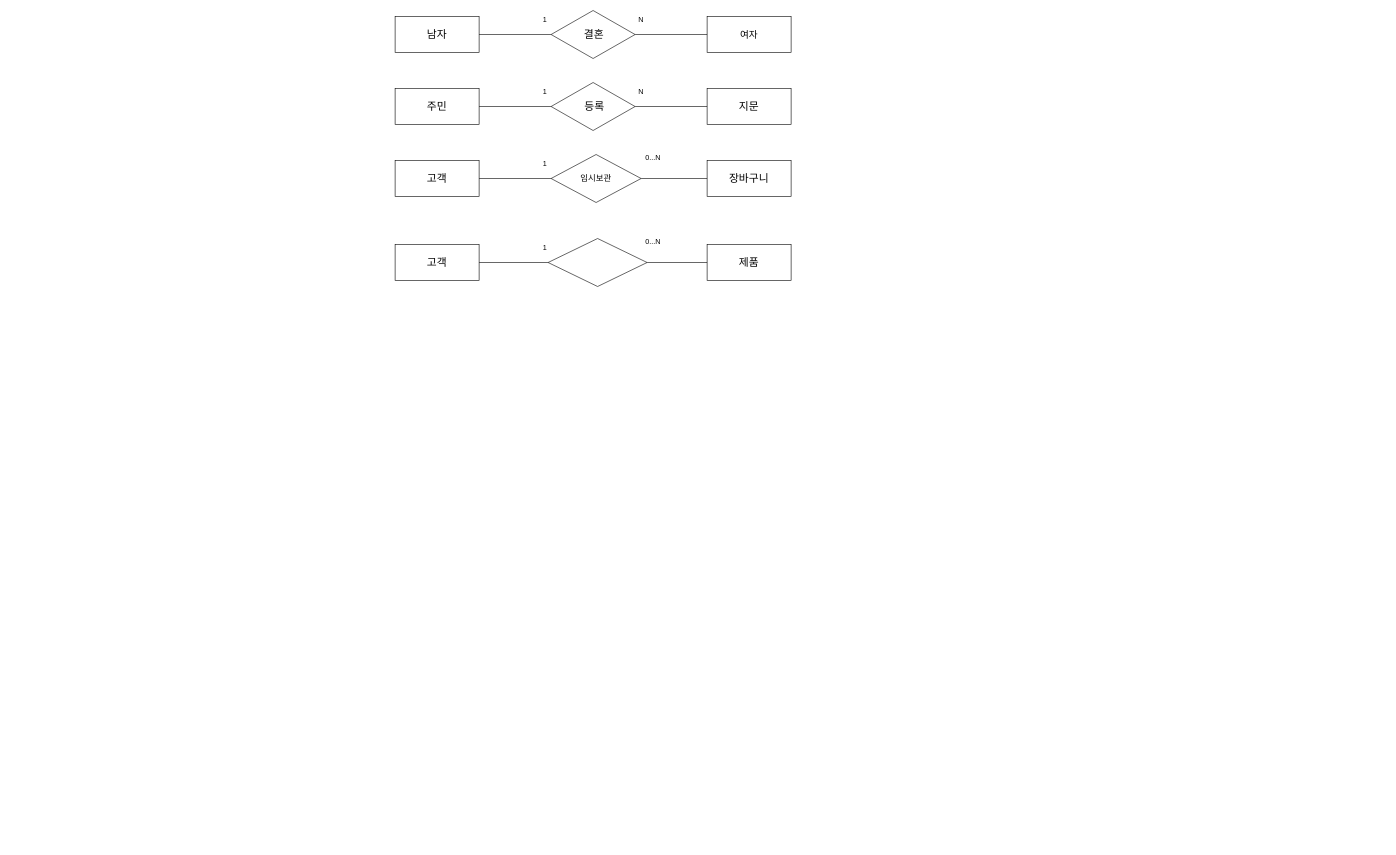
Above: 제목 없는 다이어그램.drawio in cs48249762dkdkl-ops/- (draw.io), before the change. Source tidied: cells renumbered, new cells numbered last; positions are measured from the earlier drawing's top-left corner, leaving out a move shared by most shapes. Both pictures are drawn from the tidied source at 60%, with x=0, y=0 at pixel (395, 10).
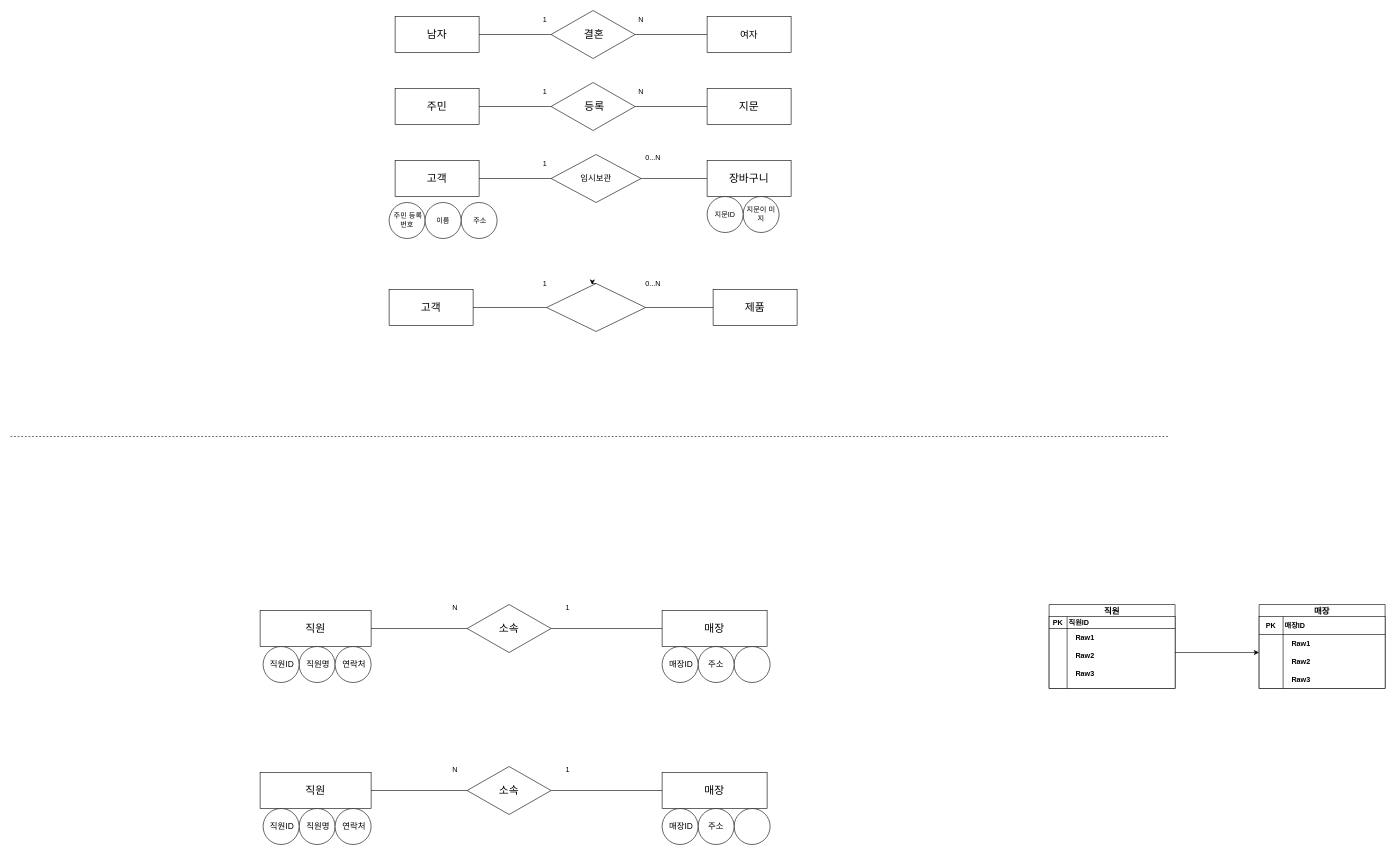
Above is the later version.

Commit message:
제목 없는 다이어그램.drawio 업데이트

What changed in the source:
```diff
@@
     <mxCell id="20" value="&lt;span style=&quot;font-size: 18px;&quot;&gt;제품&lt;/span&gt;" style="rounded=0;whiteSpace=wrap;html=1;" parent="1" vertex="1">
-      <mxGeometry x="520" y="390" width="140" height="60" as="geometry" />
+      <mxGeometry x="530" y="465" width="140" height="60" as="geometry" />
     </mxCell>
     <mxCell id="21" value="&lt;font style=&quot;font-size: 18px;&quot;&gt;고객&lt;/font&gt;" style="rounded=0;whiteSpace=wrap;html=1;" parent="1" vertex="1">
-      <mxGeometry y="390" width="140" height="60" as="geometry" />
+      <mxGeometry x="-10" y="465" width="140" height="60" as="geometry" />
     </mxCell>
     <mxCell id="22" value="&lt;div&gt;&lt;br/&gt;&lt;/div&gt;" style="rhombus;whiteSpace=wrap;html=1;shapeInside=1;" parent="1" vertex="1">
-      <mxGeometry x="255" y="380" width="165" height="80" as="geometry" />
+      <mxGeometry x="252.5" y="455" width="165" height="80" as="geometry" />
     </mxCell>
@@
     <mxCell id="28" value="1" style="text;html=1;whiteSpace=wrap;strokeColor=none;fillColor=none;align=center;verticalAlign=middle;rounded=0;" parent="1" vertex="1">
-      <mxGeometry x="220" y="380" width="60" height="30" as="geometry" />
+      <mxGeometry x="220" y="440" width="60" height="30" as="geometry" />
     </mxCell>
@@
     <mxCell id="30" value="0...N" style="text;html=1;whiteSpace=wrap;strokeColor=none;fillColor=none;align=center;verticalAlign=middle;rounded=0;" parent="1" vertex="1">
-      <mxGeometry x="400" y="370" width="60" height="30" as="geometry" />
+      <mxGeometry x="400" y="440" width="60" height="30" as="geometry" />
     </mxCell>
+    <mxCell id="31" value="지문이 미지" style="ellipse;whiteSpace=wrap;html=1;shapeInside=1;" parent="1" vertex="1">
+      <mxGeometry x="580" y="310" width="60" height="60" as="geometry" />
+    </mxCell>
+    <mxCell id="32" value="&amp;nbsp;주소" style="ellipse;whiteSpace=wrap;html=1;shapeInside=1;" parent="1" vertex="1">
+      <mxGeometry x="110" y="320" width="60" height="60" as="geometry" />
+    </mxCell>
+    <mxCell id="33" value="&amp;nbsp;주민 등록 번호" style="ellipse;whiteSpace=wrap;html=1;shapeInside=1;" parent="1" vertex="1">
+      <mxGeometry x="-10" y="320" width="60" height="60" as="geometry" />
+    </mxCell>
+    <mxCell id="34" value="이름" style="ellipse;whiteSpace=wrap;html=1;shapeInside=1;" parent="1" vertex="1">
+      <mxGeometry x="50" y="320" width="60" height="60" as="geometry" />
+    </mxCell>
+    <mxCell id="35" value="지문ID" style="ellipse;whiteSpace=wrap;html=1;shapeInside=1;" parent="1" vertex="1">
+      <mxGeometry x="520" y="310" width="60" height="60" as="geometry" />
+    </mxCell>
+    <mxCell id="36" style="edgeStyle=orthogonalEdgeStyle;rounded=0;orthogonalLoop=1;jettySize=auto;html=1;innerLoopWaypoints=1;exitX=0.5;exitY=0;exitDx=0;exitDy=0;entryX=0.461;entryY=0.025;entryDx=0;entryDy=0;entryPerimeter=0;defaultLabelBackgroundColor=page;" parent="1" edge="1" source="22" target="22">
+      <mxGeometry relative="1" as="geometry" />
+    </mxCell>
+    <mxCell id="37" style="endArrow=none;dashed=1;html=1;rounded=0;defaultLabelBackgroundColor=page;" parent="1" edge="1">
+      <mxGeometry relative="1" as="geometry">
+        <mxPoint x="-641" y="710" as="sourcePoint" />
+        <mxPoint x="1290" y="710" as="targetPoint" />
+      </mxGeometry>
+    </mxCell>
+    <mxCell id="38" value="&lt;font style=&quot;font-size: 18px;&quot;&gt;직원&lt;/font&gt;" style="rounded=0;whiteSpace=wrap;html=1;" parent="1" vertex="1">
+      <mxGeometry x="-225" y="1000" width="185" height="60" as="geometry" />
+    </mxCell>
+    <mxCell id="39" value="&lt;font style=&quot;font-size: 18px;&quot;&gt;매장&lt;/font&gt;" style="rounded=0;whiteSpace=wrap;html=1;" parent="1" vertex="1">
+      <mxGeometry x="445" y="1000" width="175" height="60" as="geometry" />
+    </mxCell>
+    <mxCell id="40" value="&lt;font style=&quot;font-size: 18px;&quot;&gt;소속&lt;/font&gt;" style="rhombus;whiteSpace=wrap;html=1;shapeInside=1;" parent="1" vertex="1">
+      <mxGeometry x="120" y="990" width="140" height="80" as="geometry" />
+    </mxCell>
+    <mxCell id="41" style="ellipse;whiteSpace=wrap;html=1;shapeInside=1;" parent="1" vertex="1">
+      <mxGeometry x="565" y="1060" width="60" height="60" as="geometry" />
+    </mxCell>
+    <mxCell id="42" value="&lt;font style=&quot;font-size: 14px;&quot;&gt;주소&lt;/font&gt;" style="ellipse;whiteSpace=wrap;html=1;shapeInside=1;" parent="1" vertex="1">
+      <mxGeometry x="505" y="1060" width="60" height="60" as="geometry" />
+    </mxCell>
+    <mxCell id="43" value="&lt;font style=&quot;font-size: 14px;&quot;&gt;&amp;nbsp;직원명&lt;/font&gt;" style="ellipse;whiteSpace=wrap;html=1;shapeInside=1;" parent="1" vertex="1">
+      <mxGeometry x="-160" y="1060" width="60" height="60" as="geometry" />
+    </mxCell>
+    <mxCell id="44" value="&lt;font style=&quot;font-size: 14px;&quot;&gt;&amp;nbsp;연락처&lt;/font&gt;" style="ellipse;whiteSpace=wrap;html=1;shapeInside=1;" parent="1" vertex="1">
+      <mxGeometry x="-100" y="1060" width="60" height="60" as="geometry" />
+    </mxCell>
+    <mxCell id="45" value="&lt;font style=&quot;font-size: 14px;&quot;&gt;&amp;nbsp;매장ID&lt;/font&gt;" style="ellipse;whiteSpace=wrap;html=1;shapeInside=1;" parent="1" vertex="1">
+      <mxGeometry x="445" y="1060" width="60" height="60" as="geometry" />
+    </mxCell>
+    <mxCell id="46" value="&amp;nbsp;&lt;font style=&quot;font-size: 14px;&quot;&gt;직원ID&lt;/font&gt;" style="ellipse;whiteSpace=wrap;html=1;shapeInside=1;" parent="1" vertex="1">
+      <mxGeometry x="-220" y="1060" width="60" height="60" as="geometry" />
+    </mxCell>
+    <mxCell id="47" style="endArrow=none;html=1;rounded=0;defaultLabelBackgroundColor=page;entryX=0;entryY=0.5;entryDx=0;entryDy=0;exitX=1;exitY=0.5;exitDx=0;exitDy=0;" parent="1" edge="1" source="40" target="39">
+      <mxGeometry x="-0.3" relative="1" as="geometry" />
+    </mxCell>
+    <mxCell id="48" style="endArrow=none;html=1;rounded=0;defaultLabelBackgroundColor=page;entryX=1;entryY=0.5;entryDx=0;entryDy=0;exitX=0;exitY=0.5;exitDx=0;exitDy=0;" parent="1" edge="1" source="40" target="38">
+      <mxGeometry x="0.12" relative="1" as="geometry">
+        <Array as="points">
+          <mxPoint x="40" y="1030" />
+        </Array>
+      </mxGeometry>
+    </mxCell>
+    <mxCell id="49" value="N" style="text;html=1;whiteSpace=wrap;strokeColor=none;fillColor=none;align=center;verticalAlign=middle;rounded=0;" parent="1" vertex="1">
+      <mxGeometry x="70" y="980" width="60" height="30" as="geometry" />
+    </mxCell>
+    <mxCell id="50" value="1" style="text;html=1;whiteSpace=wrap;strokeColor=none;fillColor=none;align=center;verticalAlign=middle;rounded=0;" parent="1" vertex="1">
+      <mxGeometry x="258" y="980" width="60" height="30" as="geometry" />
+    </mxCell>
+    <mxCell id="51" value="&lt;font style=&quot;font-size: 18px;&quot;&gt;직원&lt;/font&gt;" style="rounded=0;whiteSpace=wrap;html=1;" parent="1" vertex="1">
+      <mxGeometry x="-225" y="1270" width="185" height="60" as="geometry" />
+    </mxCell>
+    <mxCell id="52" value="&lt;font style=&quot;font-size: 18px;&quot;&gt;매장&lt;/font&gt;" style="rounded=0;whiteSpace=wrap;html=1;" parent="1" vertex="1">
+      <mxGeometry x="445" y="1270" width="175" height="60" as="geometry" />
+    </mxCell>
+    <mxCell id="53" value="&lt;font style=&quot;font-size: 18px;&quot;&gt;소속&lt;/font&gt;" style="rhombus;whiteSpace=wrap;html=1;shapeInside=1;" parent="1" vertex="1">
+      <mxGeometry x="120" y="1260" width="140" height="80" as="geometry" />
+    </mxCell>
+    <mxCell id="54" style="ellipse;whiteSpace=wrap;html=1;shapeInside=1;" parent="1" vertex="1">
+      <mxGeometry x="565" y="1330" width="60" height="60" as="geometry" />
+    </mxCell>
+    <mxCell id="55" value="&lt;font style=&quot;font-size: 14px;&quot;&gt;주소&lt;/font&gt;" style="ellipse;whiteSpace=wrap;html=1;shapeInside=1;" parent="1" vertex="1">
+      <mxGeometry x="505" y="1330" width="60" height="60" as="geometry" />
+    </mxCell>
+    <mxCell id="56" value="&lt;font style=&quot;font-size: 14px;&quot;&gt;&amp;nbsp;직원명&lt;/font&gt;" style="ellipse;whiteSpace=wrap;html=1;shapeInside=1;" parent="1" vertex="1">
+      <mxGeometry x="-160" y="1330" width="60" height="60" as="geometry" />
+    </mxCell>
+    <mxCell id="57" value="&lt;font style=&quot;font-size: 14px;&quot;&gt;&amp;nbsp;연락처&lt;/font&gt;" style="ellipse;whiteSpace=wrap;html=1;shapeInside=1;" parent="1" vertex="1">
+      <mxGeometry x="-100" y="1330" width="60" height="60" as="geometry" />
+    </mxCell>
+    <mxCell id="58" value="&lt;font style=&quot;font-size: 14px;&quot;&gt;&amp;nbsp;매장ID&lt;/font&gt;" style="ellipse;whiteSpace=wrap;html=1;shapeInside=1;" parent="1" vertex="1">
+      <mxGeometry x="445" y="1330" width="60" height="60" as="geometry" />
+    </mxCell>
+    <mxCell id="59" value="&amp;nbsp;&lt;font style=&quot;font-size: 14px;&quot;&gt;직원ID&lt;/font&gt;" style="ellipse;whiteSpace=wrap;html=1;shapeInside=1;" parent="1" vertex="1">
+      <mxGeometry x="-220" y="1330" width="60" height="60" as="geometry" />
+    </mxCell>
+    <mxCell id="60" style="endArrow=none;html=1;rounded=0;defaultLabelBackgroundColor=page;entryX=0;entryY=0.5;entryDx=0;entryDy=0;exitX=1;exitY=0.5;exitDx=0;exitDy=0;" parent="1" edge="1" source="53" target="52">
+      <mxGeometry x="-0.3" relative="1" as="geometry" />
+    </mxCell>
+    <mxCell id="61" style="endArrow=none;html=1;rounded=0;defaultLabelBackgroundColor=page;entryX=1;entryY=0.5;entryDx=0;entryDy=0;exitX=0;exitY=0.5;exitDx=0;exitDy=0;" parent="1" edge="1" source="53" target="51">
+      <mxGeometry x="0.12" relative="1" as="geometry">
+        <Array as="points">
+          <mxPoint x="40" y="1300" />
+        </Array>
+      </mxGeometry>
+    </mxCell>
+    <mxCell id="62" value="N" style="text;html=1;whiteSpace=wrap;strokeColor=none;fillColor=none;align=center;verticalAlign=middle;rounded=0;" parent="1" vertex="1">
+      <mxGeometry x="70" y="1250" width="60" height="30" as="geometry" />
+    </mxCell>
+    <mxCell id="63" value="1" style="text;html=1;whiteSpace=wrap;strokeColor=none;fillColor=none;align=center;verticalAlign=middle;rounded=0;" parent="1" vertex="1">
+      <mxGeometry x="258" y="1250" width="60" height="30" as="geometry" />
+    </mxCell>
+    <mxCell id="64" value="&lt;font style=&quot;font-size: 14px;&quot;&gt;직원&lt;/font&gt;" style="swimlane;whiteSpace=wrap;html=1;" parent="1" vertex="1">
+      <mxGeometry x="1090" y="990" width="210" height="140" as="geometry" />
+    </mxCell>
+    <mxCell id="65" value="&amp;nbsp; &amp;nbsp; &amp;nbsp; &amp;nbsp; &amp;nbsp; &amp;nbsp; &amp;nbsp; &amp;nbsp; &amp;nbsp; &amp;nbsp; &amp;nbsp; &amp;nbsp; &amp;nbsp; &amp;nbsp; &amp;nbsp; &amp;nbsp; &amp;nbsp; &amp;nbsp; &amp;nbsp; &amp;nbsp; &amp;nbsp; &amp;nbsp; &amp;nbsp; &amp;nbsp; &amp;nbsp; &amp;nbsp; &amp;nbsp; &amp;nbsp; &amp;nbsp; &amp;nbsp; &amp;nbsp; &amp;nbsp; &amp;nbsp; &amp;nbsp; &amp;nbsp; &amp;nbsp; &amp;nbsp; &amp;nbsp; &amp;nbsp; &amp;nbsp; &amp;nbsp; &amp;nbsp; &amp;nbsp; &amp;nbsp; &amp;nbsp; &amp;nbsp; &amp;nbsp; &amp;nbsp; &amp;nbsp; &amp;nbsp; &amp;nbsp; &amp;nbsp; &amp;nbsp; &amp;nbsp; &amp;nbsp; &amp;nbsp; &amp;nbsp; &amp;nbsp; &amp;nbsp; &amp;nbsp; &amp;nbsp; &amp;nbsp; &amp;nbsp; &amp;nbsp; &amp;nbsp; &amp;nbsp; &amp;nbsp; &amp;nbsp; &amp;nbsp; &amp;nbsp; &amp;nbsp; &amp;nbsp; &amp;nbsp; &amp;nbsp; &amp;nbsp; &amp;nbsp; &amp;nbsp; &amp;nbsp; &amp;nbsp; &amp;nbsp; &amp;nbsp; &amp;nbsp; &amp;nbsp; &amp;nbsp; &amp;nbsp; &amp;nbsp; &amp;nbsp; &amp;nbsp; &amp;nbsp; &amp;nbsp; &amp;nbsp; &amp;nbsp; &amp;nbsp; &amp;nbsp; &amp;nbsp; &amp;nbsp; &amp;nbsp; &amp;nbsp; &amp;nbsp; &amp;nbsp; &amp;nbsp; &amp;nbsp; &amp;nbsp; &amp;nbsp; &amp;nbsp; &amp;nbsp; &amp;nbsp;&amp;nbsp;&lt;div&gt;&lt;div&gt;&lt;span style=&quot;background-color: transparent; color: light-dark(#000000, var(--ge-light-color, #ffffff));&quot;&gt;&amp;nbsp; &amp;nbsp; &amp;nbsp; &amp;nbsp; &amp;nbsp;&amp;nbsp;&lt;/span&gt;&lt;div&gt;&amp;nbsp; &amp;nbsp; &amp;nbsp; &amp;nbsp; &amp;nbsp; &amp;nbsp; &amp;nbsp; &amp;nbsp; &amp;nbsp; &amp;nbsp; &amp;nbsp; &amp;nbsp; &amp;nbsp; &amp;nbsp; &amp;nbsp; &amp;nbsp; &amp;nbsp; &amp;nbsp; &amp;nbsp; &amp;nbsp; &amp;nbsp; &amp;nbsp; &amp;nbsp; &amp;nbsp; &amp;nbsp; &amp;nbsp; &amp;nbsp; &amp;nbsp; &amp;nbsp; &amp;nbsp; &amp;nbsp; &amp;nbsp; &amp;nbsp; &amp;nbsp; &amp;nbsp; &amp;nbsp; &amp;nbsp; &amp;nbsp; &amp;nbsp; &amp;nbsp; &amp;nbsp; &amp;nbsp; &amp;nbsp; &amp;nbsp; &amp;nbsp; &amp;nbsp; &amp;nbsp; &amp;nbsp; &amp;nbsp; &amp;nbsp; &amp;nbsp; &amp;nbsp; &amp;nbsp; &amp;nbsp; &amp;nbsp; &amp;nbsp; &amp;nbsp; &amp;nbsp; &amp;nbsp; &amp;nbsp; &amp;nbsp; &amp;nbsp; &amp;nbsp; &amp;nbsp; &amp;nbsp; &amp;nbsp; &amp;nbsp; &amp;nbsp; &amp;nbsp; &amp;nbsp; &amp;nbsp; &amp;nbsp; &amp;nbsp; &amp;nbsp; &amp;nbsp; &amp;nbsp; &amp;nbsp; &amp;nbsp; &amp;nbsp; &amp;nbsp; &amp;nbsp; &amp;nbsp; &amp;nbsp; &amp;nbsp; &amp;nbsp; &amp;nbsp; &amp;nbsp; &amp;nbsp; &amp;nbsp; &amp;nbsp; &amp;nbsp; &amp;nbsp; &amp;nbsp; &amp;nbsp; &amp;nbsp; &amp;nbsp; &amp;nbsp; &amp;nbsp; &amp;nbsp; &amp;nbsp; &amp;nbsp; &amp;nbsp; &amp;nbsp; &amp;nbsp;&lt;div&gt;&lt;br&gt;&lt;/div&gt;&lt;div&gt;&lt;br&gt;&lt;/div&gt;&lt;div&gt;&lt;br&gt;&lt;/div&gt;&lt;div&gt;&lt;br&gt;&lt;/div&gt;&lt;div&gt;&lt;br&gt;&lt;/div&gt;&lt;div&gt;&lt;br&gt;&lt;/div&gt;&lt;div&gt;&lt;br&gt;&lt;/div&gt;&lt;div&gt;&lt;br&gt;&lt;/div&gt;&lt;div&gt;&lt;br&gt;&lt;/div&gt;&lt;div&gt;&lt;br&gt;&lt;/div&gt;&lt;div&gt;&lt;br&gt;&lt;/div&gt;&lt;div&gt;&lt;br&gt;&lt;/div&gt;&lt;div&gt;&lt;br&gt;&lt;/div&gt;&lt;/div&gt;&lt;/div&gt;&lt;/div&gt;" style="shape=internalStorage;whiteSpace=wrap;html=1;backgroundOutline=1;dx=30;dy=20;points=[[0,0,1,0,0],[0.25,0,1,0,0],[0.5,0,1,0,0],[0.75,0,1,0,0],[1,0,1,0,0],[0,0.25,1,0,0],[0,0.5,1,0,0],[0,0.75,1,0,0],[1,0.25,1,0,0],[1,0.5,1,0,0],[1,0.75,1,0,0],[0,1,1,0,0],[0.25,1,1,0,0],[0.5,1,1,0,0],[0.75,1,1,0,0],[1,1,1,0,0],[0.9,0.42328,0,0,0]];" parent="64" vertex="1">
+      <mxGeometry y="20" width="210" height="120" as="geometry" />
+    </mxCell>
+    <mxCell id="66" value="PK" style="text;html=1;whiteSpace=wrap;strokeColor=none;fillColor=none;align=center;verticalAlign=middle;rounded=0;fontFamily=Helvetica;fontSize=12;fontColor=default;fontStyle=1;" parent="64" vertex="1">
+      <mxGeometry y="20" width="30" height="20" as="geometry" />
+    </mxCell>
+    <mxCell id="67" value="직원ID" style="text;html=1;whiteSpace=wrap;strokeColor=none;fillColor=none;align=center;verticalAlign=middle;rounded=0;fontFamily=Helvetica;fontSize=12;fontColor=default;fontStyle=1;" parent="64" vertex="1">
+      <mxGeometry x="20" y="15" width="60" height="30" as="geometry" />
+    </mxCell>
+    <mxCell id="68" value="Raw1" style="text;html=1;whiteSpace=wrap;strokeColor=none;fillColor=none;align=center;verticalAlign=middle;rounded=0;fontFamily=Helvetica;fontSize=12;fontColor=default;fontStyle=1;" parent="64" vertex="1">
+      <mxGeometry x="30" y="40" width="60" height="30" as="geometry" />
+    </mxCell>
+    <mxCell id="69" value="Raw2" style="text;html=1;whiteSpace=wrap;strokeColor=none;fillColor=none;align=center;verticalAlign=middle;rounded=0;fontFamily=Helvetica;fontSize=12;fontColor=default;fontStyle=1;" parent="64" vertex="1">
+      <mxGeometry x="30" y="70" width="60" height="30" as="geometry" />
+    </mxCell>
+    <mxCell id="70" value="Raw3" style="text;html=1;whiteSpace=wrap;strokeColor=none;fillColor=none;align=center;verticalAlign=middle;rounded=0;fontFamily=Helvetica;fontSize=12;fontColor=default;fontStyle=1;" parent="64" vertex="1">
+      <mxGeometry x="30" y="100" width="60" height="30" as="geometry" />
+    </mxCell>
+    <mxCell id="71" value="&lt;span style=&quot;font-size: 14px;&quot;&gt;매장&lt;/span&gt;" style="swimlane;whiteSpace=wrap;html=1;startSize=23;" parent="1" vertex="1">
+      <mxGeometry x="1440" y="990" width="210" height="140" as="geometry" />
+    </mxCell>
+    <mxCell id="72" value="&lt;div&gt;&lt;div&gt;&lt;div&gt;&lt;div&gt;&lt;br&gt;&lt;/div&gt;&lt;div&gt;&lt;br&gt;&lt;/div&gt;&lt;/div&gt;&lt;/div&gt;&lt;/div&gt;" style="shape=internalStorage;whiteSpace=wrap;html=1;backgroundOutline=1;dx=40;dy=30;points=[[0,0,1,0,0],[0.25,0,1,0,0],[0.5,0,1,0,0],[0.75,0,1,0,0],[1,0,1,0,0],[0,0.25,1,0,0],[0,0.5,1,0,0],[0,0.75,1,0,0],[1,0.25,1,0,0],[1,0.5,1,0,0],[1,0.75,1,0,0],[0,1,1,0,0],[0.25,1,1,0,0],[0.5,1,1,0,0],[0.75,1,1,0,0],[1,1,1,0,0],[0.9,0.42328,0,0,0]];" parent="71" vertex="1">
+      <mxGeometry y="20" width="210" height="120" as="geometry" />
+    </mxCell>
+    <mxCell id="73" value="PK" style="text;html=1;whiteSpace=wrap;strokeColor=none;fillColor=none;align=center;verticalAlign=middle;rounded=0;fontFamily=Helvetica;fontSize=12;fontColor=default;fontStyle=1;" parent="71" vertex="1">
+      <mxGeometry x="-10" y="20" width="60" height="30" as="geometry" />
+    </mxCell>
+    <mxCell id="74" value="매장ID" style="text;html=1;whiteSpace=wrap;strokeColor=none;fillColor=none;align=center;verticalAlign=middle;rounded=0;fontFamily=Helvetica;fontSize=12;fontColor=default;fontStyle=1;" parent="71" vertex="1">
+      <mxGeometry x="30" y="20" width="60" height="30" as="geometry" />
+    </mxCell>
+    <mxCell id="75" value="Raw1" style="text;html=1;whiteSpace=wrap;strokeColor=none;fillColor=none;align=center;verticalAlign=middle;rounded=0;fontFamily=Helvetica;fontSize=12;fontColor=default;fontStyle=1;" parent="71" vertex="1">
+      <mxGeometry x="40" y="50" width="60" height="30" as="geometry" />
+    </mxCell>
+    <mxCell id="76" value="Raw2" style="text;html=1;whiteSpace=wrap;strokeColor=none;fillColor=none;align=center;verticalAlign=middle;rounded=0;fontFamily=Helvetica;fontSize=12;fontColor=default;fontStyle=1;" parent="71" vertex="1">
+      <mxGeometry x="40" y="80" width="60" height="30" as="geometry" />
+    </mxCell>
+    <mxCell id="77" value="Raw3" style="text;html=1;whiteSpace=wrap;strokeColor=none;fillColor=none;align=center;verticalAlign=middle;rounded=0;fontFamily=Helvetica;fontSize=12;fontColor=default;fontStyle=1;" parent="71" vertex="1">
+      <mxGeometry x="40" y="110" width="60" height="30" as="geometry" />
+    </mxCell>
+    <mxCell id="78" style="endArrow=classic;html=1;rounded=0;defaultLabelBackgroundColor=page;exitX=1;exitY=0.5;exitDx=0;exitDy=0;" parent="1" edge="1" source="65" target="72">
+      <mxGeometry x="-0.06" relative="1" as="geometry">
+        <Array as="points">
+          <mxPoint x="1390" y="1070" />
+        </Array>
+      </mxGeometry>
+    </mxCell>
```
